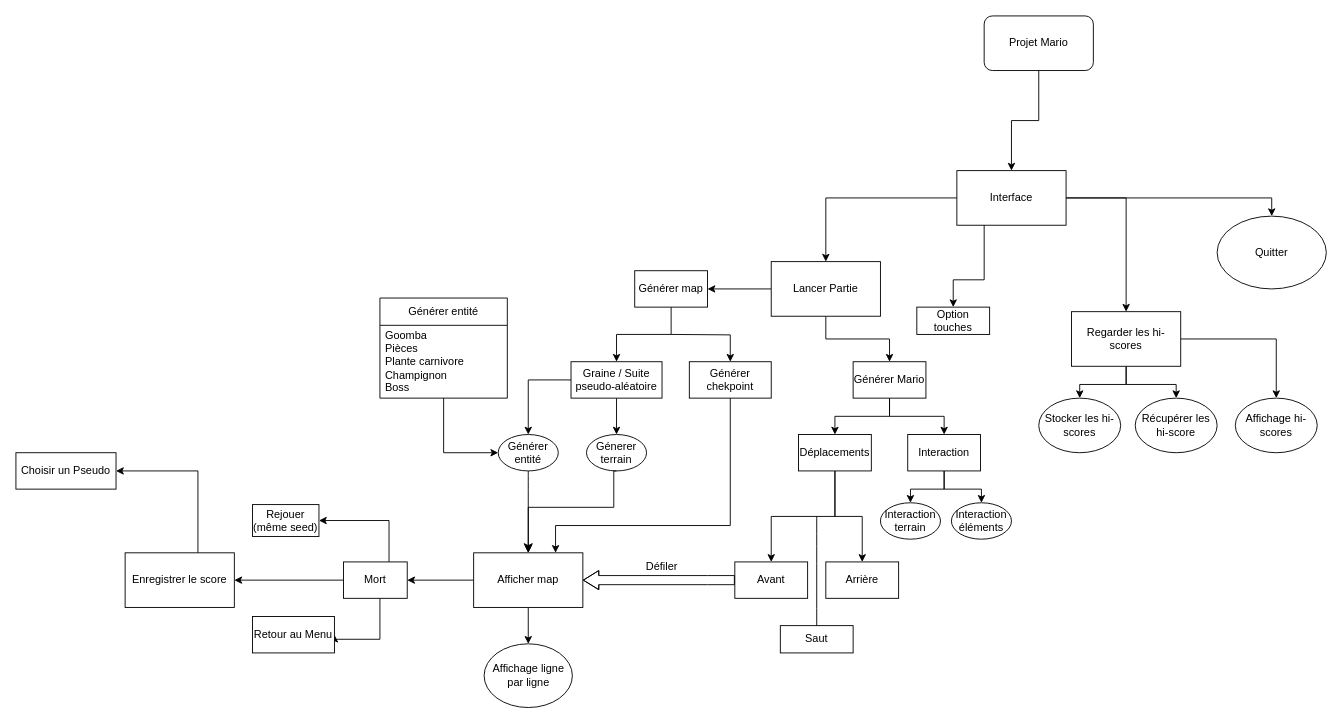
Earlier version of the draw.io diagram Diagramme_mario.drawio (Fanfnix/Projet_Mario). Source tidied: cells renumbered, new cells numbered last; positions are measured from the earlier drawing's top-left corner, leaving out a move shared by most shapes. Both pictures are drawn from the tidied source at 91%, with x=0, y=0 at pixel (15, 15).
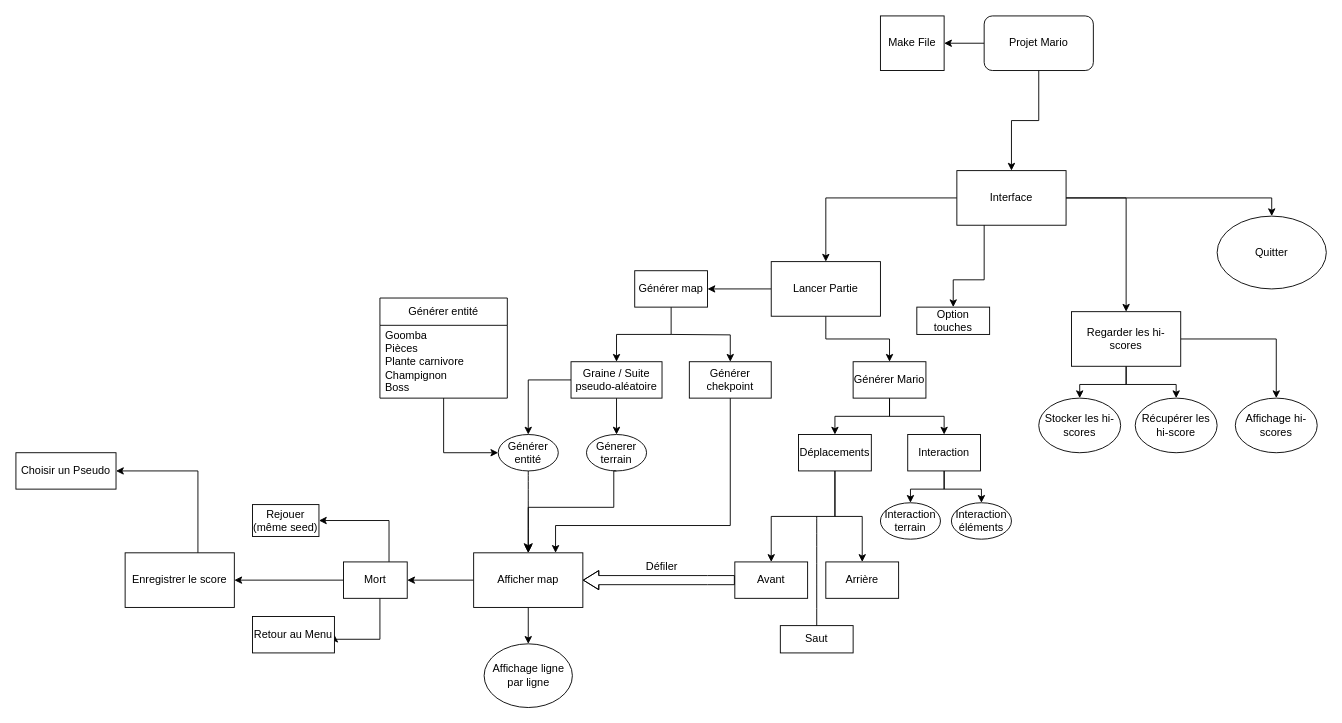
The same diagram, later.

The change refers to these unchanged cells:
```xml
<mxCell id="3" value="Projet Mario" style="rounded=1;whiteSpace=wrap;html=1;" parent="1" vertex="1">
  <mxGeometry x="1064" width="120" height="60" as="geometry" />
</mxCell>
```

Change to the diagram source:
```diff
@@
+    <mxCell id="67" style="edgeStyle=orthogonalEdgeStyle;rounded=0;jettySize=auto;html=1;" parent="1" edge="1" source="3" target="68">
+      <mxGeometry relative="1" as="geometry" />
+    </mxCell>
@@
+    <mxCell id="68" value="Make File" style="rounded=0;whiteSpace=wrap;html=1;" parent="1" vertex="1">
+      <mxGeometry x="950" width="70" height="60" as="geometry" />
+    </mxCell>
```
